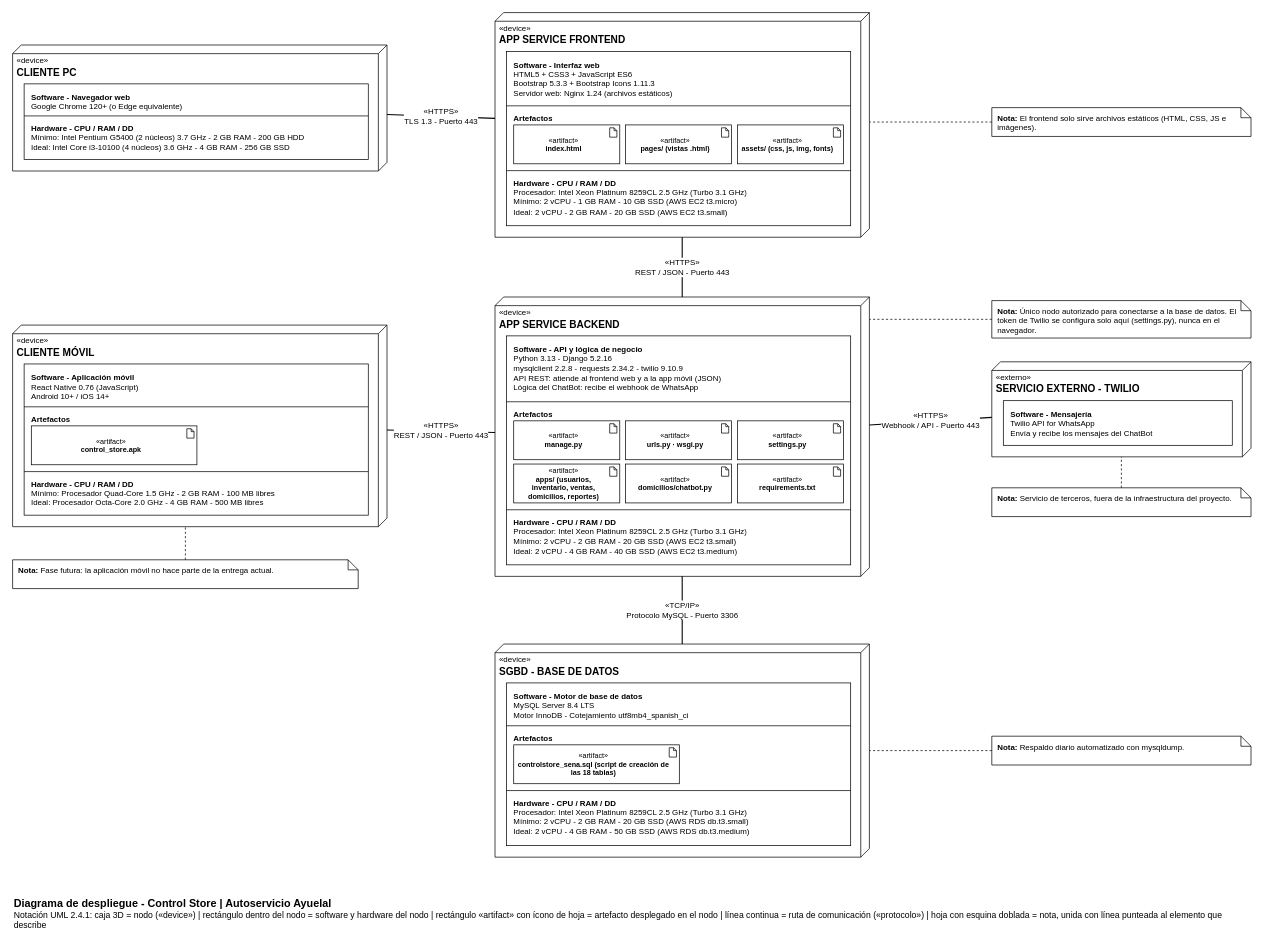
The draw.io diagram _docs_/trim03/04_diagrama_distribucion/diagrama_despliegue_controlstore.drawio in brayangtr13-blip/proyecto_brayan_cs, before the edit. Source tidied: cells renumbered, new cells numbered last; positions are measured from the earlier drawing's top-left corner, leaving out a move shared by most shapes. Both pictures are drawn from the tidied source at 72%, with x=0, y=0 at pixel (12, 12).
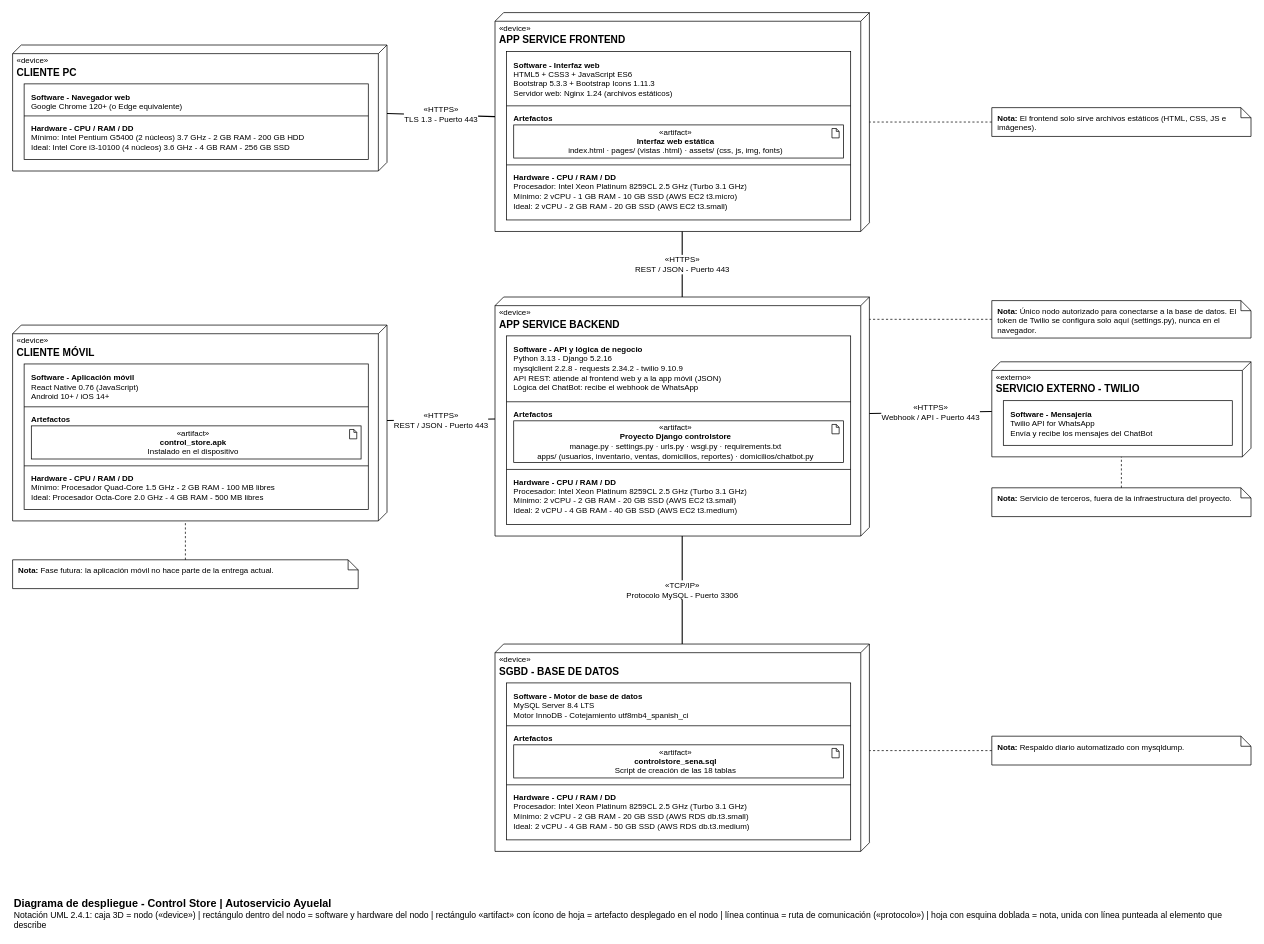
After the change.

Commit message (it also covers changes not shown here):
docs(trim03): un solo artefacto por nodo en el diagrama de despliegue

Cada nodo muestra un único rectángulo «artifact» con la lista de sus archivos.

The change refers to these unchanged cells:
```xml
<mxCell id="47" value="&lt;b&gt;Nota:&lt;/b&gt; Fase futura: la aplicación móvil no hace parte de la entrega actual." style="shape=note;size=14;whiteSpace=wrap;html=1;align=left;verticalAlign=top;spacingLeft=6;spacingTop=2;spacingRight=6;fontSize=11;fillColor=#FFFFFF;strokeColor=#000000;fontColor=#000000;" parent="1" vertex="1">
  <mxGeometry y="760" width="480" height="40" as="geometry" />
</mxCell>
```

Diff of the diagram source:
```diff
@@
     <mxCell id="2" value="&lt;span style=&quot;font-size:11px&quot;&gt;«device»&lt;/span&gt;&lt;br&gt;&lt;b&gt;APP SERVICE FRONTEND&lt;/b&gt;" style="verticalAlign=top;align=left;spacingTop=6;spacingLeft=4;spacingRight=12;shape=cube;size=12;direction=south;fontSize=14;html=1;whiteSpace=wrap;fillColor=#FFFFFF;strokeColor=#000000;fontColor=#000000;" parent="1" vertex="1">
-      <mxGeometry x="670" width="520" height="312" as="geometry" />
+      <mxGeometry x="670" width="520" height="304" as="geometry" />
     </mxCell>
     <mxCell id="3" style="rounded=0;whiteSpace=wrap;html=1;fillColor=#FFFFFF;strokeColor=#000000;" parent="1" vertex="1">
-      <mxGeometry x="686" y="54" width="478" height="242" as="geometry" />
+      <mxGeometry x="686" y="54" width="478" height="234" as="geometry" />
     </mxCell>
@@
     <mxCell id="6" value="&lt;b&gt;Artefactos&lt;/b&gt;" style="text;strokeColor=none;fillColor=none;align=left;verticalAlign=top;spacingLeft=8;spacingRight=6;spacingTop=0;overflow=hidden;whiteSpace=wrap;html=1;fontSize=11;fontColor=#000000;" parent="3" vertex="1">
-      <mxGeometry y="80" width="478" height="82" as="geometry" />
+      <mxGeometry y="80" width="478" height="74" as="geometry" />
     </mxCell>
     <mxCell id="7" style="line;strokeWidth=1;fillColor=none;align=left;verticalAlign=middle;labelPosition=right;strokeColor=#000000;" parent="3" vertex="1">
-      <mxGeometry y="165" width="478" height="1" as="geometry" />
+      <mxGeometry y="157" width="478" height="1" as="geometry" />
     </mxCell>
     <mxCell id="8" value="&lt;b&gt;Hardware - CPU / RAM / DD&lt;/b&gt;&lt;br&gt;Procesador: Intel Xeon Platinum 8259CL 2.5 GHz (Turbo 3.1 GHz)&lt;br&gt;Mínimo: 2 vCPU - 1 GB RAM - 10 GB SSD (AWS EC2 t3.micro)&lt;br&gt;Ideal: 2 vCPU - 2 GB RAM - 20 GB SSD (AWS EC2 t3.small)" style="text;strokeColor=none;fillColor=none;align=left;verticalAlign=top;spacingLeft=8;spacingRight=6;spacingTop=0;overflow=hidden;whiteSpace=wrap;html=1;fontSize=11;fontColor=#000000;" parent="3" vertex="1">
-      <mxGeometry y="170" width="478" height="66" as="geometry" />
+      <mxGeometry y="162" width="478" height="66" as="geometry" />
     </mxCell>
     <mxCell id="9" value="&lt;span style=&quot;font-size:11px&quot;&gt;«device»&lt;/span&gt;&lt;br&gt;&lt;b&gt;APP SERVICE BACKEND&lt;/b&gt;" style="verticalAlign=top;align=left;spacingTop=6;spacingLeft=4;spacingRight=12;shape=cube;size=12;direction=south;fontSize=14;html=1;whiteSpace=wrap;fillColor=#FFFFFF;strokeColor=#000000;fontColor=#000000;" parent="1" vertex="1">
-      <mxGeometry x="670" y="395" width="520" height="388" as="geometry" />
+      <mxGeometry x="670" y="395" width="520" height="332" as="geometry" />
     </mxCell>
     <mxCell id="10" style="rounded=0;whiteSpace=wrap;html=1;fillColor=#FFFFFF;strokeColor=#000000;" parent="1" vertex="1">
-      <mxGeometry x="686" y="449" width="478" height="318" as="geometry" />
+      <mxGeometry x="686" y="449" width="478" height="262" as="geometry" />
     </mxCell>
@@
     <mxCell id="13" value="&lt;b&gt;Artefactos&lt;/b&gt;" style="text;strokeColor=none;fillColor=none;align=left;verticalAlign=top;spacingLeft=8;spacingRight=6;spacingTop=0;overflow=hidden;whiteSpace=wrap;html=1;fontSize=11;fontColor=#000000;" parent="10" vertex="1">
-      <mxGeometry y="96" width="478" height="142" as="geometry" />
+      <mxGeometry y="96" width="478" height="86" as="geometry" />
     </mxCell>
     <mxCell id="14" style="line;strokeWidth=1;fillColor=none;align=left;verticalAlign=middle;labelPosition=right;strokeColor=#000000;" parent="10" vertex="1">
-      <mxGeometry y="241" width="478" height="1" as="geometry" />
+      <mxGeometry y="185" width="478" height="1" as="geometry" />
     </mxCell>
     <mxCell id="15" value="&lt;b&gt;Hardware - CPU / RAM / DD&lt;/b&gt;&lt;br&gt;Procesador: Intel Xeon Platinum 8259CL 2.5 GHz (Turbo 3.1 GHz)&lt;br&gt;Mínimo: 2 vCPU - 2 GB RAM - 20 GB SSD (AWS EC2 t3.small)&lt;br&gt;Ideal: 2 vCPU - 4 GB RAM - 40 GB SSD (AWS EC2 t3.medium)" style="text;strokeColor=none;fillColor=none;align=left;verticalAlign=top;spacingLeft=8;spacingRight=6;spacingTop=0;overflow=hidden;whiteSpace=wrap;html=1;fontSize=11;fontColor=#000000;" parent="10" vertex="1">
-      <mxGeometry y="246" width="478" height="66" as="geometry" />
+      <mxGeometry y="190" width="478" height="66" as="geometry" />
     </mxCell>
     <mxCell id="16" value="&lt;span style=&quot;font-size:11px&quot;&gt;«device»&lt;/span&gt;&lt;br&gt;&lt;b&gt;SGBD - BASE DE DATOS&lt;/b&gt;" style="verticalAlign=top;align=left;spacingTop=6;spacingLeft=4;spacingRight=12;shape=cube;size=12;direction=south;fontSize=14;html=1;whiteSpace=wrap;fillColor=#FFFFFF;strokeColor=#000000;fontColor=#000000;" parent="1" vertex="1">
-      <mxGeometry x="670" y="877" width="520" height="296" as="geometry" />
+      <mxGeometry x="670" y="877" width="520" height="288" as="geometry" />
     </mxCell>
     <mxCell id="17" style="rounded=0;whiteSpace=wrap;html=1;fillColor=#FFFFFF;strokeColor=#000000;" parent="1" vertex="1">
-      <mxGeometry x="686" y="931" width="478" height="226" as="geometry" />
+      <mxGeometry x="686" y="931" width="478" height="218" as="geometry" />
     </mxCell>
@@
     <mxCell id="20" value="&lt;b&gt;Artefactos&lt;/b&gt;" style="text;strokeColor=none;fillColor=none;align=left;verticalAlign=top;spacingLeft=8;spacingRight=6;spacingTop=0;overflow=hidden;whiteSpace=wrap;html=1;fontSize=11;fontColor=#000000;" parent="17" vertex="1">
-      <mxGeometry y="64" width="478" height="82" as="geometry" />
+      <mxGeometry y="64" width="478" height="74" as="geometry" />
     </mxCell>
     <mxCell id="21" style="line;strokeWidth=1;fillColor=none;align=left;verticalAlign=middle;labelPosition=right;strokeColor=#000000;" parent="17" vertex="1">
-      <mxGeometry y="149" width="478" height="1" as="geometry" />
+      <mxGeometry y="141" width="478" height="1" as="geometry" />
     </mxCell>
     <mxCell id="22" value="&lt;b&gt;Hardware - CPU / RAM / DD&lt;/b&gt;&lt;br&gt;Procesador: Intel Xeon Platinum 8259CL 2.5 GHz (Turbo 3.1 GHz)&lt;br&gt;Mínimo: 2 vCPU - 2 GB RAM - 20 GB SSD (AWS RDS db.t3.small)&lt;br&gt;Ideal: 2 vCPU - 4 GB RAM - 50 GB SSD (AWS RDS db.t3.medium)" style="text;strokeColor=none;fillColor=none;align=left;verticalAlign=top;spacingLeft=8;spacingRight=6;spacingTop=0;overflow=hidden;whiteSpace=wrap;html=1;fontSize=11;fontColor=#000000;" parent="17" vertex="1">
-      <mxGeometry y="154" width="478" height="66" as="geometry" />
+      <mxGeometry y="146" width="478" height="66" as="geometry" />
     </mxCell>
@@
     <mxCell id="28" value="&lt;span style=&quot;font-size:11px&quot;&gt;«device»&lt;/span&gt;&lt;br&gt;&lt;b&gt;CLIENTE MÓVIL&lt;/b&gt;" style="verticalAlign=top;align=left;spacingTop=6;spacingLeft=4;spacingRight=12;shape=cube;size=12;direction=south;fontSize=14;html=1;whiteSpace=wrap;fillColor=#FFFFFF;strokeColor=#000000;fontColor=#000000;" parent="1" vertex="1">
-      <mxGeometry y="434" width="520" height="280" as="geometry" />
+      <mxGeometry y="434" width="520" height="272" as="geometry" />
     </mxCell>
     <mxCell id="29" style="rounded=0;whiteSpace=wrap;html=1;fillColor=#FFFFFF;strokeColor=#000000;" parent="1" vertex="1">
-      <mxGeometry x="16" y="488" width="478" height="210" as="geometry" />
+      <mxGeometry x="16" y="488" width="478" height="202" as="geometry" />
     </mxCell>
@@
     <mxCell id="32" value="&lt;b&gt;Artefactos&lt;/b&gt;" style="text;strokeColor=none;fillColor=none;align=left;verticalAlign=top;spacingLeft=8;spacingRight=6;spacingTop=0;overflow=hidden;whiteSpace=wrap;html=1;fontSize=11;fontColor=#000000;" parent="29" vertex="1">
-      <mxGeometry y="64" width="478" height="82" as="geometry" />
+      <mxGeometry y="64" width="478" height="74" as="geometry" />
     </mxCell>
     <mxCell id="33" style="line;strokeWidth=1;fillColor=none;align=left;verticalAlign=middle;labelPosition=right;strokeColor=#000000;" parent="29" vertex="1">
-      <mxGeometry y="149" width="478" height="1" as="geometry" />
+      <mxGeometry y="141" width="478" height="1" as="geometry" />
     </mxCell>
     <mxCell id="34" value="&lt;b&gt;Hardware - CPU / RAM / DD&lt;/b&gt;&lt;br&gt;Mínimo: Procesador Quad-Core 1.5 GHz - 2 GB RAM - 100 MB libres&lt;br&gt;Ideal: Procesador Octa-Core 2.0 GHz - 4 GB RAM - 500 MB libres" style="text;strokeColor=none;fillColor=none;align=left;verticalAlign=top;spacingLeft=8;spacingRight=6;spacingTop=0;overflow=hidden;whiteSpace=wrap;html=1;fontSize=11;fontColor=#000000;" parent="29" vertex="1">
-      <mxGeometry y="154" width="478" height="50" as="geometry" />
+      <mxGeometry y="146" width="478" height="50" as="geometry" />
     </mxCell>
@@
-    <mxCell id="49" value="«artifact»&lt;br&gt;&lt;b&gt;index.html&lt;/b&gt;" style="rounded=0;whiteSpace=wrap;html=1;fillColor=#FFFFFF;strokeColor=#000000;fontColor=#000000;fontSize=10;align=center;verticalAlign=middle;spacingRight=12;spacingLeft=4;" parent="3" vertex="1">
-      <mxGeometry x="10" y="102" width="147.3" height="54" as="geometry" />
-    </mxCell>
-    <mxCell id="50" style="shape=note;size=4;html=1;fillColor=#FFFFFF;strokeColor=#000000;" parent="49" vertex="1">
-      <mxGeometry x="133.3" y="4" width="10" height="13" as="geometry" />
-    </mxCell>
-    <mxCell id="51" value="«artifact»&lt;br&gt;&lt;b&gt;pages/ (vistas .html)&lt;/b&gt;" style="rounded=0;whiteSpace=wrap;html=1;fillColor=#FFFFFF;strokeColor=#000000;fontColor=#000000;fontSize=10;align=center;verticalAlign=middle;spacingRight=12;spacingLeft=4;" parent="3" vertex="1">
-      <mxGeometry x="165.3" y="102" width="147.3" height="54" as="geometry" />
-    </mxCell>
-    <mxCell id="52" style="shape=note;size=4;html=1;fillColor=#FFFFFF;strokeColor=#000000;" parent="51" vertex="1">
-      <mxGeometry x="133.3" y="4" width="10" height="13" as="geometry" />
-    </mxCell>
-    <mxCell id="53" value="«artifact»&lt;br&gt;&lt;b&gt;assets/ (css, js, img, fonts)&lt;/b&gt;" style="rounded=0;whiteSpace=wrap;html=1;fillColor=#FFFFFF;strokeColor=#000000;fontColor=#000000;fontSize=10;align=center;verticalAlign=middle;spacingRight=12;spacingLeft=4;" parent="3" vertex="1">
-      <mxGeometry x="320.7" y="102" width="147.3" height="54" as="geometry" />
-    </mxCell>
-    <mxCell id="54" style="shape=note;size=4;html=1;fillColor=#FFFFFF;strokeColor=#000000;" parent="53" vertex="1">
-      <mxGeometry x="133.3" y="4" width="10" height="13" as="geometry" />
-    </mxCell>
-    <mxCell id="55" value="«artifact»&lt;br&gt;&lt;b&gt;manage.py&lt;/b&gt;" style="rounded=0;whiteSpace=wrap;html=1;fillColor=#FFFFFF;strokeColor=#000000;fontColor=#000000;fontSize=10;align=center;verticalAlign=middle;spacingRight=12;spacingLeft=4;" parent="10" vertex="1">
-      <mxGeometry x="10" y="118" width="147.3" height="54" as="geometry" />
-    </mxCell>
-    <mxCell id="56" style="shape=note;size=4;html=1;fillColor=#FFFFFF;strokeColor=#000000;" parent="55" vertex="1">
-      <mxGeometry x="133.3" y="4" width="10" height="13" as="geometry" />
-    </mxCell>
-    <mxCell id="57" value="«artifact»&lt;br&gt;&lt;b&gt;urls.py · wsgi.py&lt;/b&gt;" style="rounded=0;whiteSpace=wrap;html=1;fillColor=#FFFFFF;strokeColor=#000000;fontColor=#000000;fontSize=10;align=center;verticalAlign=middle;spacingRight=12;spacingLeft=4;" parent="10" vertex="1">
-      <mxGeometry x="165.3" y="118" width="147.3" height="54" as="geometry" />
-    </mxCell>
-    <mxCell id="58" style="shape=note;size=4;html=1;fillColor=#FFFFFF;strokeColor=#000000;" parent="57" vertex="1">
-      <mxGeometry x="133.3" y="4" width="10" height="13" as="geometry" />
-    </mxCell>
-    <mxCell id="59" value="«artifact»&lt;br&gt;&lt;b&gt;settings.py&lt;/b&gt;" style="rounded=0;whiteSpace=wrap;html=1;fillColor=#FFFFFF;strokeColor=#000000;fontColor=#000000;fontSize=10;align=center;verticalAlign=middle;spacingRight=12;spacingLeft=4;" parent="10" vertex="1">
-      <mxGeometry x="320.7" y="118" width="147.3" height="54" as="geometry" />
-    </mxCell>
-    <mxCell id="60" style="shape=note;size=4;html=1;fillColor=#FFFFFF;strokeColor=#000000;" parent="59" vertex="1">
-      <mxGeometry x="133.3" y="4" width="10" height="13" as="geometry" />
-    </mxCell>
-    <mxCell id="61" value="«artifact»&lt;br&gt;&lt;b&gt;apps/ (usuarios, inventario, ventas, domicilios, reportes)&lt;/b&gt;" style="rounded=0;whiteSpace=wrap;html=1;fillColor=#FFFFFF;strokeColor=#000000;fontColor=#000000;fontSize=10;align=center;verticalAlign=middle;spacingRight=12;spacingLeft=4;" parent="10" vertex="1">
-      <mxGeometry x="10" y="178" width="147.3" height="54" as="geometry" />
-    </mxCell>
-    <mxCell id="62" style="shape=note;size=4;html=1;fillColor=#FFFFFF;strokeColor=#000000;" parent="61" vertex="1">
-      <mxGeometry x="133.3" y="4" width="10" height="13" as="geometry" />
-    </mxCell>
-    <mxCell id="63" value="«artifact»&lt;br&gt;&lt;b&gt;domicilios/chatbot.py&lt;/b&gt;" style="rounded=0;whiteSpace=wrap;html=1;fillColor=#FFFFFF;strokeColor=#000000;fontColor=#000000;fontSize=10;align=center;verticalAlign=middle;spacingRight=12;spacingLeft=4;" parent="10" vertex="1">
-      <mxGeometry x="165.3" y="178" width="147.3" height="54" as="geometry" />
-    </mxCell>
-    <mxCell id="64" style="shape=note;size=4;html=1;fillColor=#FFFFFF;strokeColor=#000000;" parent="63" vertex="1">
-      <mxGeometry x="133.3" y="4" width="10" height="13" as="geometry" />
-    </mxCell>
-    <mxCell id="65" value="«artifact»&lt;br&gt;&lt;b&gt;requirements.txt&lt;/b&gt;" style="rounded=0;whiteSpace=wrap;html=1;fillColor=#FFFFFF;strokeColor=#000000;fontColor=#000000;fontSize=10;align=center;verticalAlign=middle;spacingRight=12;spacingLeft=4;" parent="10" vertex="1">
-      <mxGeometry x="320.7" y="178" width="147.3" height="54" as="geometry" />
-    </mxCell>
-    <mxCell id="66" style="shape=note;size=4;html=1;fillColor=#FFFFFF;strokeColor=#000000;" parent="65" vertex="1">
-      <mxGeometry x="133.3" y="4" width="10" height="13" as="geometry" />
-    </mxCell>
+    <mxCell id="76" value="«artifact»&lt;br&gt;&lt;b&gt;Interfaz web estática&lt;/b&gt;&lt;br&gt;index.html · pages/ (vistas .html) · assets/ (css, js, img, fonts)" style="rounded=0;whiteSpace=wrap;html=1;fillColor=#FFFFFF;strokeColor=#000000;fontColor=#000000;fontSize=11;align=center;verticalAlign=middle;spacingRight=12;spacingLeft=4;" parent="3" vertex="1">
+      <mxGeometry x="10" y="102" width="458" height="46" as="geometry" />
+    </mxCell>
+    <mxCell id="77" style="shape=note;size=4;html=1;fillColor=#FFFFFF;strokeColor=#000000;" parent="76" vertex="1">
+      <mxGeometry x="442" y="5" width="10" height="13" as="geometry" />
+    </mxCell>
+    <mxCell id="78" value="«artifact»&lt;br&gt;&lt;b&gt;Proyecto Django controlstore&lt;/b&gt;&lt;br&gt;manage.py · settings.py · urls.py · wsgi.py · requirements.txt&lt;br&gt;apps/ (usuarios, inventario, ventas, domicilios, reportes) · domicilios/chatbot.py" style="rounded=0;whiteSpace=wrap;html=1;fillColor=#FFFFFF;strokeColor=#000000;fontColor=#000000;fontSize=11;align=center;verticalAlign=middle;spacingRight=12;spacingLeft=4;" parent="10" vertex="1">
+      <mxGeometry x="10" y="118" width="458" height="58" as="geometry" />
+    </mxCell>
+    <mxCell id="79" style="shape=note;size=4;html=1;fillColor=#FFFFFF;strokeColor=#000000;" parent="78" vertex="1">
+      <mxGeometry x="442" y="5" width="10" height="13" as="geometry" />
+    </mxCell>
-    <mxCell id="67" value="«artifact»&lt;br&gt;&lt;b&gt;controlstore_sena.sql (script de creación de las 18 tablas)&lt;/b&gt;" style="rounded=0;whiteSpace=wrap;html=1;fillColor=#FFFFFF;strokeColor=#000000;fontColor=#000000;fontSize=10;align=center;verticalAlign=middle;spacingRight=12;spacingLeft=4;" parent="17" vertex="1">
-      <mxGeometry x="10" y="86" width="230" height="54" as="geometry" />
+    <mxCell id="67" value="«artifact»&lt;br&gt;&lt;b&gt;controlstore_sena.sql&lt;/b&gt;&lt;br&gt;Script de creación de las 18 tablas" style="rounded=0;whiteSpace=wrap;html=1;fillColor=#FFFFFF;strokeColor=#000000;fontColor=#000000;fontSize=11;align=center;verticalAlign=middle;spacingRight=12;spacingLeft=4;" parent="17" vertex="1">
+      <mxGeometry x="10" y="86" width="458" height="46" as="geometry" />
     </mxCell>
     <mxCell id="68" style="shape=note;size=4;html=1;fillColor=#FFFFFF;strokeColor=#000000;" parent="67" vertex="1">
-      <mxGeometry x="216" y="4" width="10" height="13" as="geometry" />
+      <mxGeometry x="442" y="5" width="10" height="13" as="geometry" />
     </mxCell>
-    <mxCell id="69" value="«artifact»&lt;br&gt;&lt;b&gt;control_store.apk&lt;/b&gt;" style="rounded=0;whiteSpace=wrap;html=1;fillColor=#FFFFFF;strokeColor=#000000;fontColor=#000000;fontSize=10;align=center;verticalAlign=middle;spacingRight=12;spacingLeft=4;" parent="29" vertex="1">
-      <mxGeometry x="10" y="86" width="230" height="54" as="geometry" />
+    <mxCell id="69" value="«artifact»&lt;br&gt;&lt;b&gt;control_store.apk&lt;/b&gt;&lt;br&gt;Instalado en el dispositivo" style="rounded=0;whiteSpace=wrap;html=1;fillColor=#FFFFFF;strokeColor=#000000;fontColor=#000000;fontSize=11;align=center;verticalAlign=middle;spacingRight=12;spacingLeft=4;" parent="29" vertex="1">
+      <mxGeometry x="10" y="86" width="458" height="46" as="geometry" />
     </mxCell>
     <mxCell id="70" style="shape=note;size=4;html=1;fillColor=#FFFFFF;strokeColor=#000000;" parent="69" vertex="1">
-      <mxGeometry x="216" y="4" width="10" height="13" as="geometry" />
+      <mxGeometry x="442" y="5" width="10" height="13" as="geometry" />
     </mxCell>
@@
     <mxCell id="75" style="edgeStyle=none;html=1;dashed=1;endArrow=none;startArrow=none;strokeColor=#000000;strokeWidth=1;exitX=0.5;exitY=0;exitDx=0;exitDy=0;" parent="1" edge="1" source="47">
       <mxGeometry relative="1" as="geometry">
-        <mxPoint x="240" y="714" as="targetPoint" />
+        <mxPoint x="240" y="706" as="targetPoint" />
       </mxGeometry>
     </mxCell>
```
